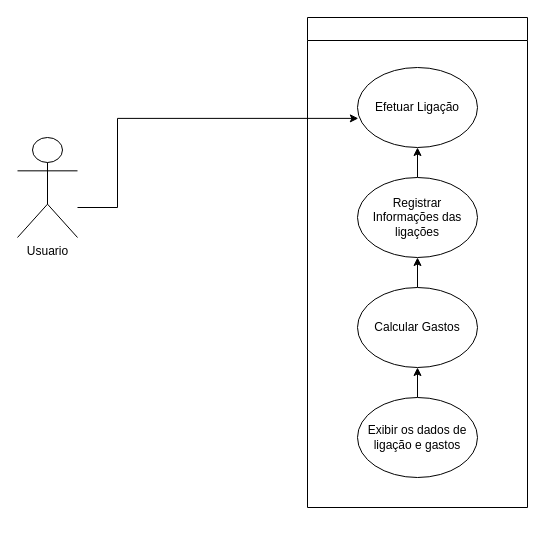
ArcanjoDaGuarda/AnjoProjetos keeps this draw.io diagram as TerceiraTarefa.drawio. Above is the earlier version. Source tidied: cells renumbered, new cells numbered last; positions are measured from the earlier drawing's top-left corner, leaving out a move shared by most shapes. Both pictures are drawn from the tidied source at 100%, with x=0, y=0 at pixel (17, 17).
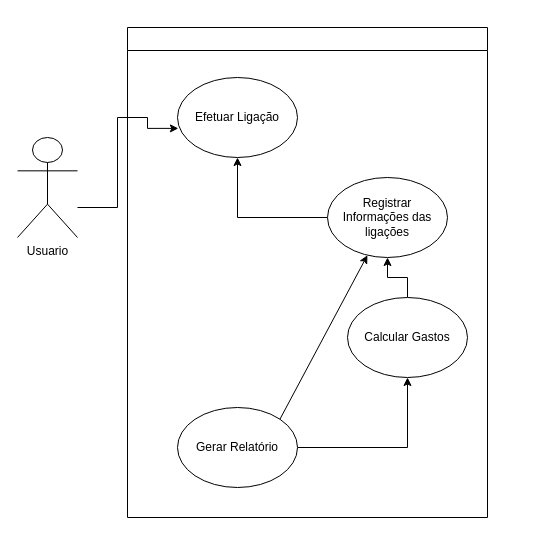
After the change.

Change to the diagram source:
```diff
@@
 <mxGraphModel>
   <root>
     <mxCell id="0" />
     <mxCell id="1" parent="0" />
     <mxCell id="2" style="edgeStyle=orthogonalEdgeStyle;rounded=0;jettySize=auto;html=1;entryX=0.007;entryY=0.636;entryDx=0;entryDy=0;entryPerimeter=0;" parent="1" edge="1" source="3" target="11">
       <mxGeometry relative="1" as="geometry">
         <Array as="points">
           <mxPoint x="100" y="190" />
           <mxPoint x="100" y="100" />
-          <mxPoint x="341" y="100" />
+          <mxPoint x="130" y="100" />
+          <mxPoint x="130" y="111" />
         </Array>
       </mxGeometry>
     </mxCell>
     <mxCell id="3" value="Usuario" style="shape=umlActor;verticalLabelPosition=bottom;verticalAlign=top;html=1;outlineConnect=0;" parent="1" vertex="1">
       <mxGeometry y="120" width="60" height="100" as="geometry" />
     </mxCell>
     <mxCell id="4" style="swimlane;whiteSpace=wrap;html=1;" parent="1" vertex="1">
-      <mxGeometry x="290" width="220" height="490" as="geometry" />
+      <mxGeometry x="110" y="10" width="360" height="490" as="geometry" />
     </mxCell>
     <mxCell id="5" style="edgeStyle=orthogonalEdgeStyle;rounded=0;jettySize=auto;html=1;" parent="4" edge="1" source="6" target="11">
       <mxGeometry relative="1" as="geometry" />
     </mxCell>
     <mxCell id="6" value="Registrar Informações das ligações" style="ellipse;whiteSpace=wrap;html=1;" parent="4" vertex="1">
-      <mxGeometry x="50" y="160" width="120" height="80" as="geometry" />
+      <mxGeometry x="200" y="150" width="120" height="80" as="geometry" />
     </mxCell>
     <mxCell id="7" style="edgeStyle=orthogonalEdgeStyle;rounded=0;jettySize=auto;html=1;" parent="4" edge="1" source="8" target="6">
       <mxGeometry relative="1" as="geometry" />
     </mxCell>
     <mxCell id="8" value="Calcular Gastos" style="ellipse;whiteSpace=wrap;html=1;" parent="4" vertex="1">
-      <mxGeometry x="50" y="270" width="120" height="80" as="geometry" />
+      <mxGeometry x="220" y="270" width="120" height="80" as="geometry" />
     </mxCell>
     <mxCell id="9" style="edgeStyle=orthogonalEdgeStyle;rounded=0;jettySize=auto;html=1;" parent="4" edge="1" source="10" target="8">
       <mxGeometry relative="1" as="geometry" />
     </mxCell>
-    <mxCell id="10" value="Exibir os dados de ligação e gastos" style="ellipse;whiteSpace=wrap;html=1;" parent="4" vertex="1">
+    <mxCell id="10" value="Gerar Relatório" style="ellipse;whiteSpace=wrap;html=1;" parent="4" vertex="1">
       <mxGeometry x="50" y="380" width="120" height="80" as="geometry" />
     </mxCell>
     <mxCell id="11" value="Efetuar Ligação" style="ellipse;whiteSpace=wrap;html=1;" parent="4" vertex="1">
       <mxGeometry x="50" y="50" width="120" height="80" as="geometry" />
     </mxCell>
+    <mxCell id="12" style="endArrow=classic;html=1;rounded=0;exitX=1;exitY=0;exitDx=0;exitDy=0;" parent="4" edge="1" source="10" target="6">
+      <mxGeometry relative="1" as="geometry" />
+    </mxCell>
   </root>
 </mxGraphModel>
```
